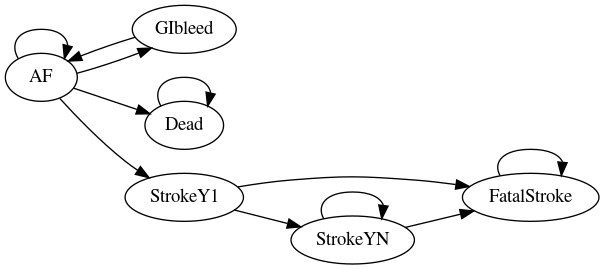
This is vignettes/WatchBP.png from ajsims1704/rdecision, a Graphviz export, as it was before one commit. Its source is kept beside it as vignettes/WatchBP.gv.
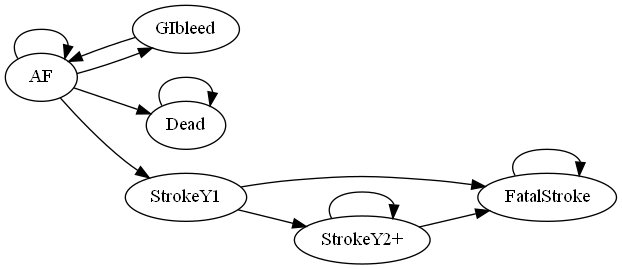
After the commit.

What changed in the source:
```diff
@@ -7,9 +7,9 @@
    "AF" -> "StrokeY1"  ;
    "GIbleed" -> "AF"  ;
    "StrokeY1" -> "FatalStroke"  ;
-   "StrokeY1" -> "StrokeYN"  ;
-   "StrokeYN" -> "StrokeYN"  ;
-   "StrokeYN" -> "FatalStroke"  ;
+   "StrokeY1" -> "StrokeY2+"  ;
+   "StrokeY2+" -> "StrokeY2+"  ;
+   "StrokeY2+" -> "FatalStroke"  ;
    "Dead" -> "Dead"  ;
    "FatalStroke" -> "FatalStroke"  ;
 }
```
